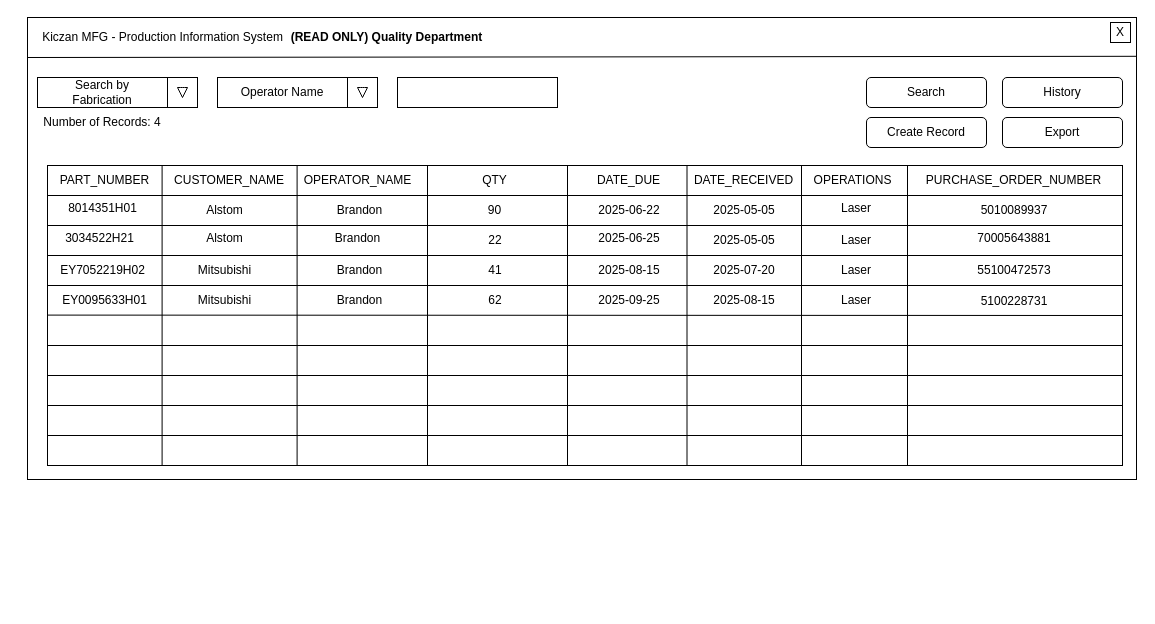
Above: Main User Interface Wireframe Search By Department (READONLY).drawio in JrST90/Team2CapstoneProject (draw.io), before the change. Source tidied: cells renumbered, new cells numbered last; positions are measured from the earlier drawing's top-left corner, leaving out a move shared by most shapes. Both pictures are drawn from the tidied source at 100%, with x=0, y=0 at pixel (17, 17).
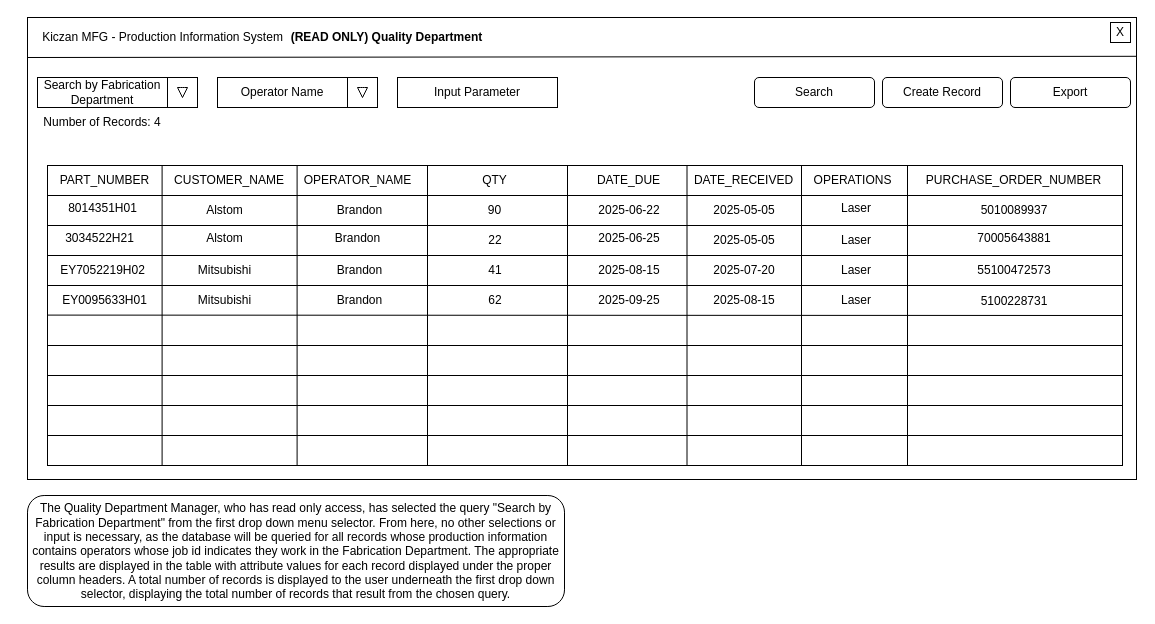
After the change.

The edit, as a diff of the source:
```diff
@@
-    <mxCell id="8" style="rounded=0;whiteSpace=wrap;html=1;" parent="1" vertex="1">
+    <mxCell id="8" value="Input Parameter" style="rounded=0;whiteSpace=wrap;html=1;" parent="1" vertex="1">
       <mxGeometry x="380" y="60" width="160" height="30" as="geometry" />
     </mxCell>
     <mxCell id="9" value="Search" style="rounded=1;whiteSpace=wrap;html=1;" parent="1" vertex="1">
-      <mxGeometry x="849" y="60" width="120" height="30" as="geometry" />
+      <mxGeometry x="737" y="60" width="120" height="30" as="geometry" />
     </mxCell>
-    <mxCell id="10" value="Search by Fabrication" style="text;html=1;whiteSpace=wrap;strokeColor=none;fillColor=none;align=center;verticalAlign=middle;rounded=0;" parent="1" vertex="1">
-      <mxGeometry x="40" y="60" width="90" height="30" as="geometry" />
+    <mxCell id="10" value="Search by Fabrication Department" style="text;html=1;whiteSpace=wrap;strokeColor=none;fillColor=none;align=center;verticalAlign=middle;rounded=0;" parent="1" vertex="1">
+      <mxGeometry x="15" y="60" width="140" height="30" as="geometry" />
     </mxCell>
@@
     <mxCell id="31" value="Create Record" style="rounded=1;whiteSpace=wrap;html=1;" parent="1" vertex="1">
-      <mxGeometry x="849" y="100" width="120" height="30" as="geometry" />
+      <mxGeometry x="865" y="60" width="120" height="30" as="geometry" />
     </mxCell>
@@
-    <mxCell id="43" value="History" style="rounded=1;whiteSpace=wrap;html=1;" parent="1" vertex="1">
-      <mxGeometry x="985" y="60" width="120" height="30" as="geometry" />
-    </mxCell>
     <mxCell id="44" value="Export" style="rounded=1;whiteSpace=wrap;html=1;" parent="1" vertex="1">
-      <mxGeometry x="985" y="100" width="120" height="30" as="geometry" />
+      <mxGeometry x="993" y="60" width="120" height="30" as="geometry" />
     </mxCell>
@@
+    <mxCell id="78" value="The Quality Department Manager, who has read only access, has selected the query &quot;Search by Fabrication Department&quot; from the first drop down menu selector. From here, no other selections or input is necessary, as the database will be queried for all records whose production information contains operators whose job id indicates they work in the Fabrication Department. The appropriate results are displayed in the table with attribute values for each record displayed under the proper column headers. A total number of records is displayed to the user underneath the first drop down selector, displaying the total number of records that result from the chosen query." style="rounded=1;whiteSpace=wrap;html=1;" parent="1" vertex="1">
+      <mxGeometry x="10" y="478" width="537" height="111" as="geometry" />
+    </mxCell>
```
